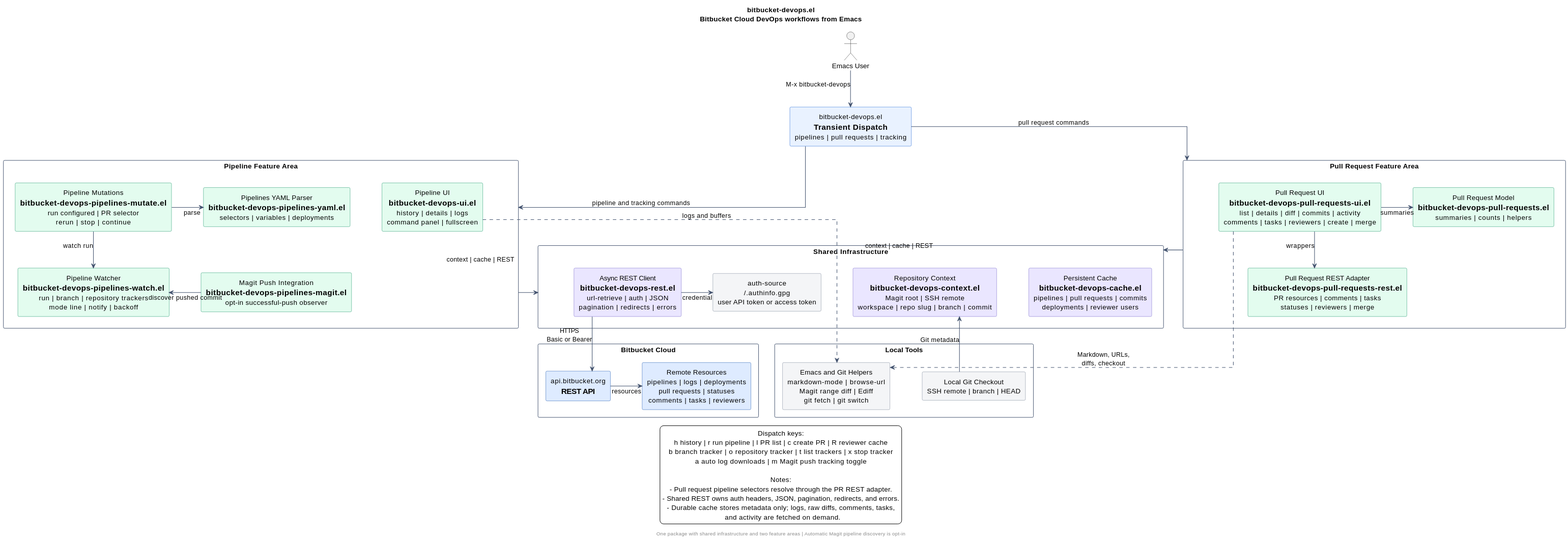
Above: diagrams/bitbucket-devops-architecture.svg in will-abb/bitbucket-devops.el (PlantUML), before the change.
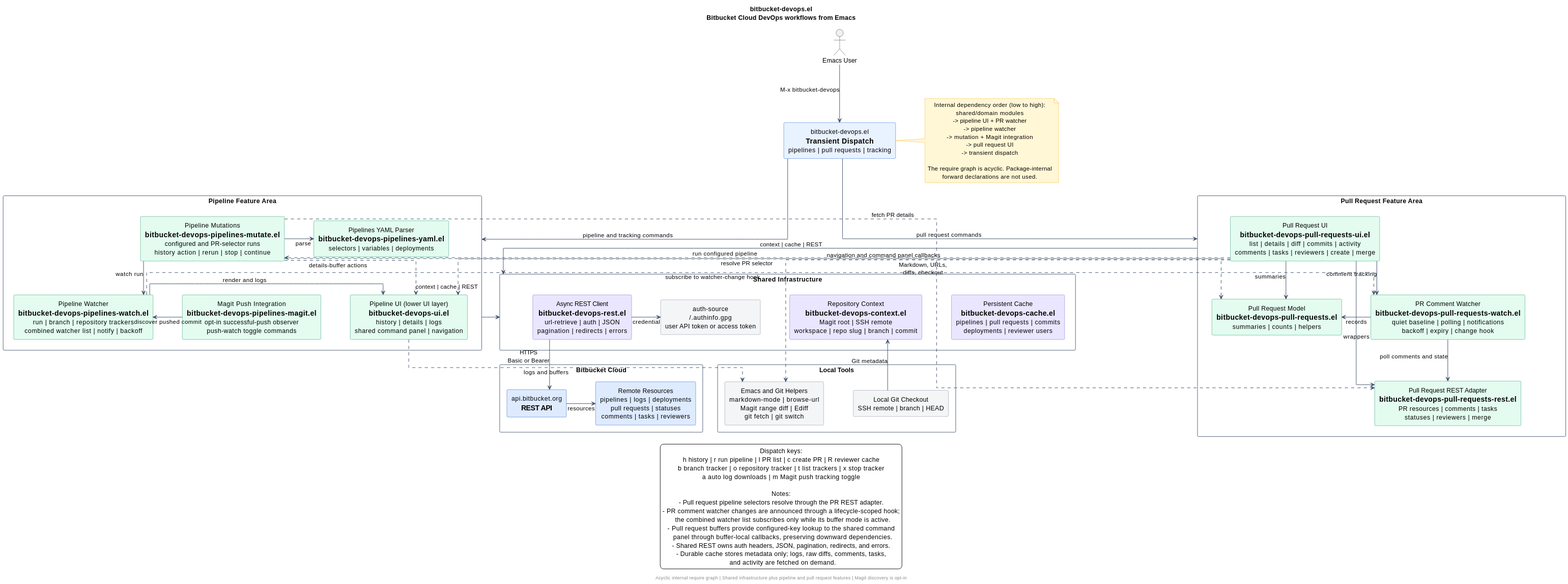
After the change.

What changed in the source:
```diff
@@ -46,25 +46,44 @@
 
 rectangle "bitbucket-devops.el\n==Transient Dispatch\npipelines | pull requests | tracking" <<Entry>> as dispatch
 
+note right of dispatch
+  Internal dependency order (low to high):
+  shared/domain modules
+  -> pipeline UI + PR watcher
+  -> pipeline watcher
+  -> mutation + Magit integration
+  -> pull request UI
+  -> transient dispatch
+
+  The require graph is acyclic. Package-internal
+  forward declarations are not used.
+end note
+
 package "Pipeline Feature Area" as pipeline_area {
-  rectangle "Pipeline UI\n==bitbucket-devops-ui.el\nhistory | details | logs\ncommand panel | fullscreen" <<Feature>> as pipeline_ui
-  rectangle "Pipeline Mutations\n==bitbucket-devops-pipelines-mutate.el\nrun configured | PR selector\nrerun | stop | continue" <<Feature>> as pipeline_mutate
+  rectangle "Pipeline UI (lower UI layer)\n==bitbucket-devops-ui.el\nhistory | details | logs\nshared command panel | navigation" <<Feature>> as pipeline_ui
+  rectangle "Pipeline Mutations\n==bitbucket-devops-pipelines-mutate.el\nconfigured and PR-selector runs\nhistory action | rerun | stop | continue" <<Feature>> as pipeline_mutate
   rectangle "Pipelines YAML Parser\n==bitbucket-devops-pipelines-yaml.el\nselectors | variables | deployments" <<Feature>> as pipeline_yaml
-  rectangle "Pipeline Watcher\n==bitbucket-devops-pipelines-watch.el\nrun | branch | repository trackers\nmode line | notify | backoff" <<Feature>> as watcher
-  rectangle "Magit Push Integration\n==bitbucket-devops-pipelines-magit.el\nopt-in successful-push observer" <<Feature>> as magitpush
+  rectangle "Pipeline Watcher\n==bitbucket-devops-pipelines-watch.el\nrun | branch | repository trackers\ncombined watcher list | notify | backoff" <<Feature>> as watcher
+  rectangle "Magit Push Integration\n==bitbucket-devops-pipelines-magit.el\nopt-in successful-push observer\npush-watch toggle commands" <<Feature>> as magitpush
 
   pipeline_mutate -right-> pipeline_yaml : parse
   pipeline_mutate -down-> watcher : watch run
+  pipeline_mutate ..> pipeline_ui : details-buffer actions
+  watcher -right-> pipeline_ui : render and logs
   magitpush -left-> watcher : discover pushed commit
 }
 
 package "Pull Request Feature Area" as pr_area {
   rectangle "Pull Request UI\n==bitbucket-devops-pull-requests-ui.el\nlist | details | diff | commits | activity\ncomments | tasks | reviewers | create | merge" <<Feature>> as pr_ui
+  rectangle "PR Comment Watcher\n==bitbucket-devops-pull-requests-watch.el\nquiet baseline | polling | notifications\nbackoff | expiry | change hook" <<Feature>> as pr_watch
   rectangle "Pull Request Model\n==bitbucket-devops-pull-requests.el\nsummaries | counts | helpers" <<Feature>> as pr_model
   rectangle "Pull Request REST Adapter\n==bitbucket-devops-pull-requests-rest.el\nPR resources | comments | tasks\nstatuses | reviewers | merge" <<Feature>> as pr_rest
 
   pr_ui -right-> pr_model : summaries
   pr_ui -down-> pr_rest : wrappers
+  pr_ui -down-> pr_watch : comment tracking
+  pr_watch -right-> pr_model : records
+  pr_watch -down-> pr_rest : poll comments and state
 }
 
 package "Shared Infrastructure" as shared {
@@ -97,6 +116,12 @@
 dispatch -down-> pipeline_area : pipeline and tracking commands
 dispatch -down-> pr_area : pull request commands
 
+pr_ui ..> pipeline_mutate : run configured pipeline
+pr_ui ..> pipeline_ui : navigation and command panel callbacks
+pipeline_mutate ..> pr_model : resolve PR selector
+pipeline_mutate ..> pr_rest : fetch PR details
+watcher ..> pr_watch : subscribe to watcher-change hook
+
 pipeline_area -down-> shared : context | cache | REST
 pr_area -down-> shared : context | cache | REST
 
@@ -114,10 +139,14 @@
 
   Notes:
   - Pull request pipeline selectors resolve through the PR REST adapter.
+  - PR comment watcher changes are announced through a lifecycle-scoped hook;
+    the combined watcher list subscribes only while its buffer mode is active.
+  - Pull request buffers provide configured-key lookup to the shared command
+    panel through buffer-local callbacks, preserving downward dependencies.
   - Shared REST owns auth headers, JSON, pagination, redirects, and errors.
   - Durable cache stores metadata only; logs, raw diffs, comments, tasks,
     and activity are fetched on demand.
 endlegend
 
-footer One package with shared infrastructure and two feature areas | Automatic Magit pipeline discovery is opt-in
+footer Acyclic internal require graph | Shared infrastructure plus pipeline and pull request features | Magit discovery is opt-in
 @enduml
```
